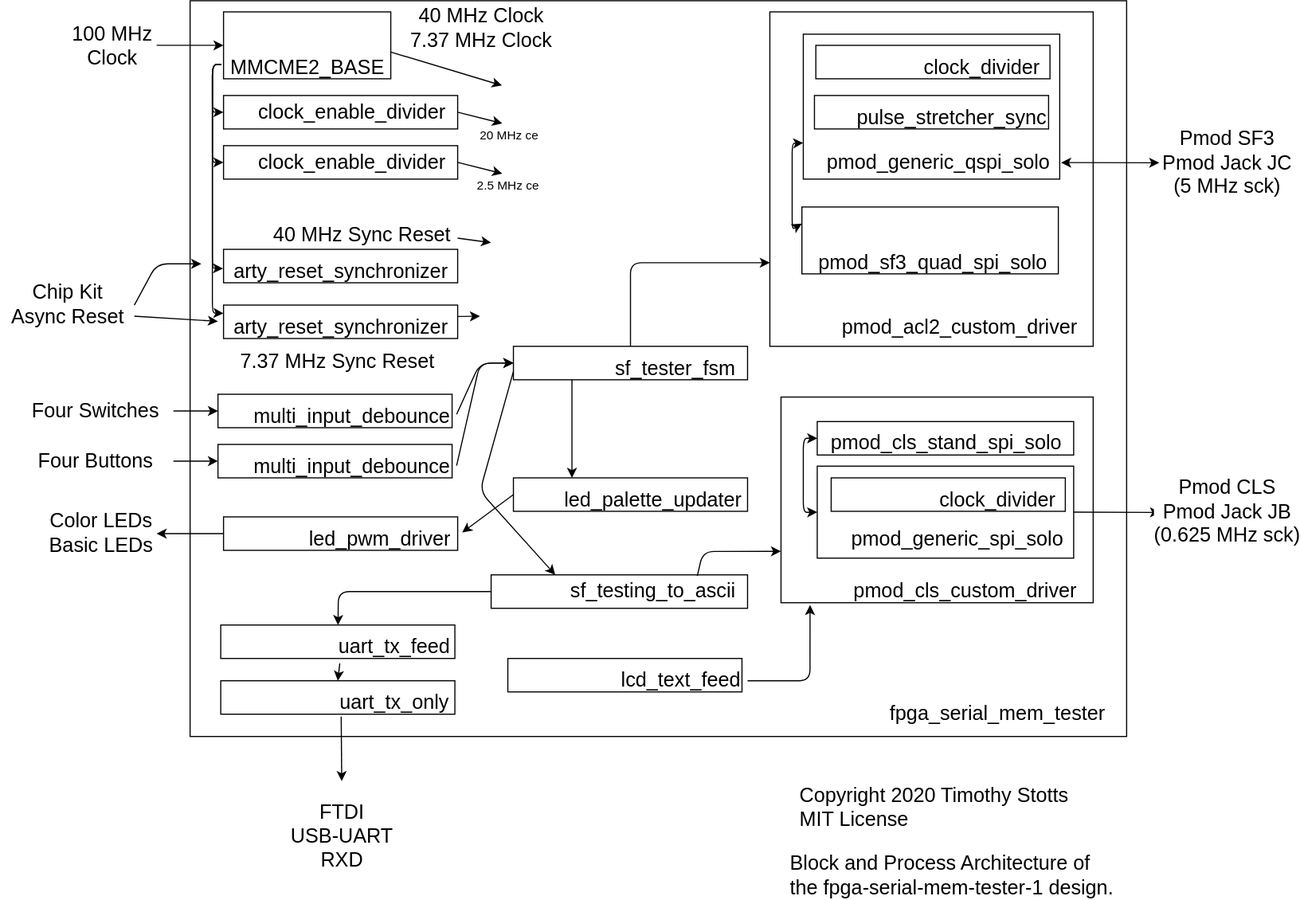
timothystotts/fpga-serial-mem-tester-1 keeps this draw.io diagram as SF-Tester-Design-Documents/SF-Tester-Design-Diagrams-Architecture 1.svg. Above is the earlier version. Source tidied: cells renumbered, new cells last; positions are measured from the earlier drawing's top-left corner, leaving out a move shared by most shapes.
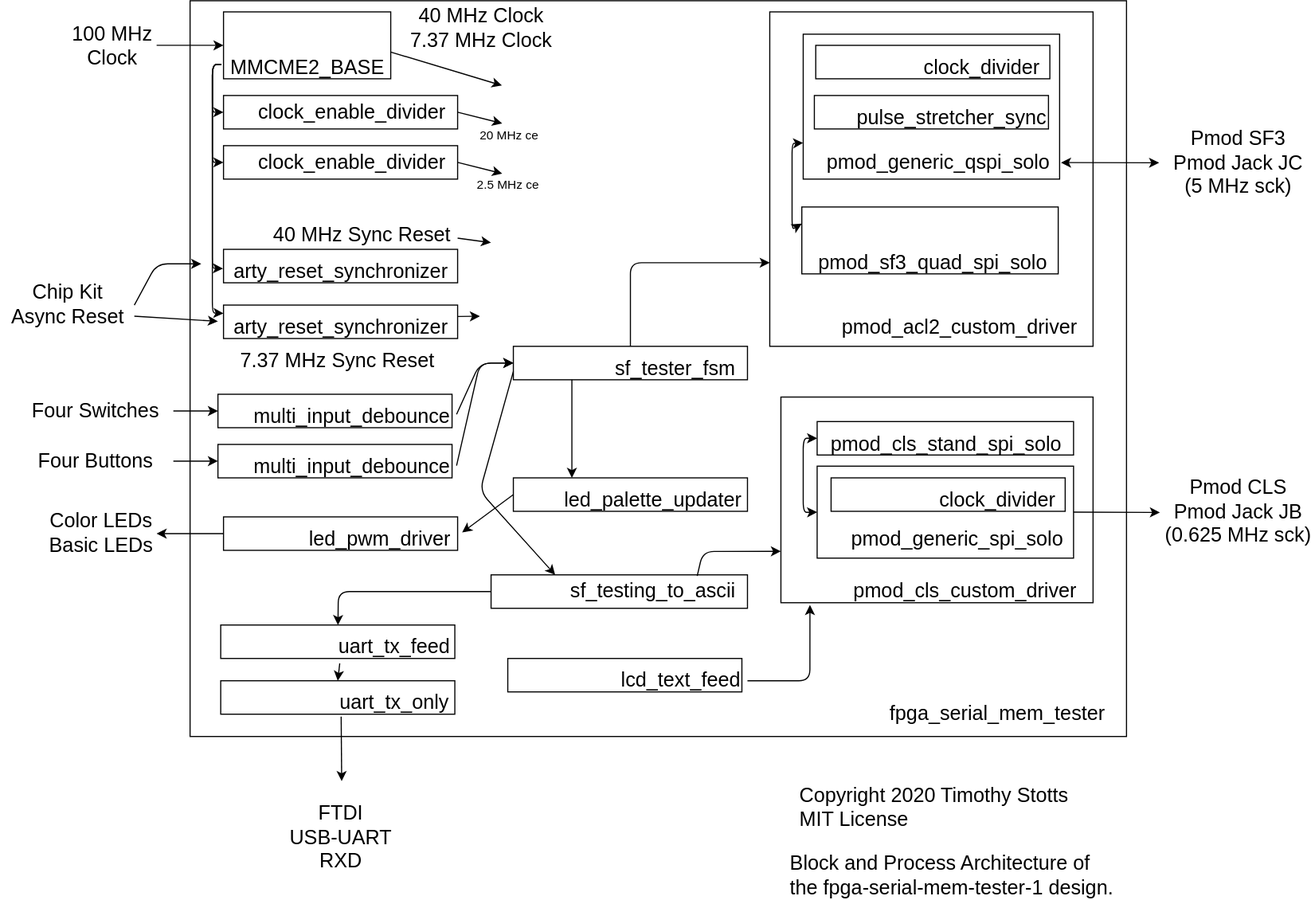
Above is the later version.

Commit message:
The SF Tester diagrams document was updated to revision 5A. The Architecture 1 diagram had a stray arrow that needed deleting.

Change to the diagram source:
```diff
@@ -90,7 +90,7 @@
     </mxCell>
     <mxCell id="30" value="&lt;font style=&quot;font-size: 18px&quot;&gt;Pmod SF3&lt;br&gt;Pmod Jack JC&lt;br&gt;(5 MHz sck)&lt;br&gt;&lt;/font&gt;" style="edgeLabel;html=1;align=center;verticalAlign=middle;" parent="29" vertex="1">
       <mxGeometry x="0.93" y="5" relative="1" as="geometry">
-        <mxPoint x="63.3" y="5" as="offset" />
+        <mxPoint x="73.7" y="4.7" as="offset" />
       </mxGeometry>
     </mxCell>
     <mxCell id="31" style="endArrow=classic;startArrow=classic;html=1;entryX=0;entryY=0.25;entryDx=0;entryDy=0;exitX=0;exitY=0.75;exitDx=0;exitDy=0;" parent="1" edge="1" source="19" target="17">
@@ -136,9 +136,9 @@
       </mxGeometry>
     </mxCell>
     <mxCell id="38" value="&lt;font style=&quot;font-size: 18px&quot;&gt;Pmod CLS&lt;br&gt;Pmod Jack JB&lt;br&gt;(0.625 MHz sck)&lt;br&gt;&lt;/font&gt;" style="endArrow=classic;html=1;exitX=1;exitY=0.5;exitDx=0;exitDy=0;" parent="1" edge="1" source="25">
-      <mxGeometry x="1" y="60" relative="1" as="geometry">
+      <mxGeometry x="1" y="70" relative="1" as="geometry">
         <mxPoint x="1040" y="459" as="targetPoint" />
-        <mxPoint x="60" y="60" as="offset" />
+        <mxPoint x="69" y="70" as="offset" />
       </mxGeometry>
     </mxCell>
     <mxCell id="39" style="endArrow=classic;startArrow=classic;html=1;entryX=0;entryY=0.5;entryDx=0;entryDy=0;exitX=0;exitY=0.5;exitDx=0;exitDy=0;" parent="1" edge="1" source="25" target="23">
@@ -239,15 +239,6 @@
     <mxCell id="61" value="&lt;font style=&quot;font-size: 18px&quot;&gt;sf_tester_fsm&lt;/font&gt;" style="text;html=1;align=center;verticalAlign=middle;fillColor=none;strokeColor=none;rounded=0;" parent="1" vertex="1">
       <mxGeometry x="545" y="320" width="120" height="20" as="geometry" />
     </mxCell>
-    <mxCell id="62" style="endArrow=classic;html=1;exitX=1.029;exitY=0.407;exitDx=0;exitDy=0;exitPerimeter=0;entryX=0.996;entryY=0.543;entryDx=0;entryDy=0;entryPerimeter=0;" parent="1" edge="1" source="x">
-      <mxGeometry relative="1" as="geometry">
-        <mxPoint x="951.7" y="280.9" as="targetPoint" />
-        <Array as="points">
-          <mxPoint x="960" y="363" />
-          <mxPoint x="960" y="281" />
-        </Array>
-      </mxGeometry>
-    </mxCell>
     <mxCell id="63" value="&lt;font style=&quot;font-size: 18px&quot;&gt;clock_enable_divider&lt;/font&gt;" style="text;html=1;align=center;verticalAlign=middle;fillColor=none;strokeColor=none;rounded=0;" parent="1" vertex="1">
       <mxGeometry x="225" y="90" width="180" height="20" as="geometry" />
     </mxCell>
```
